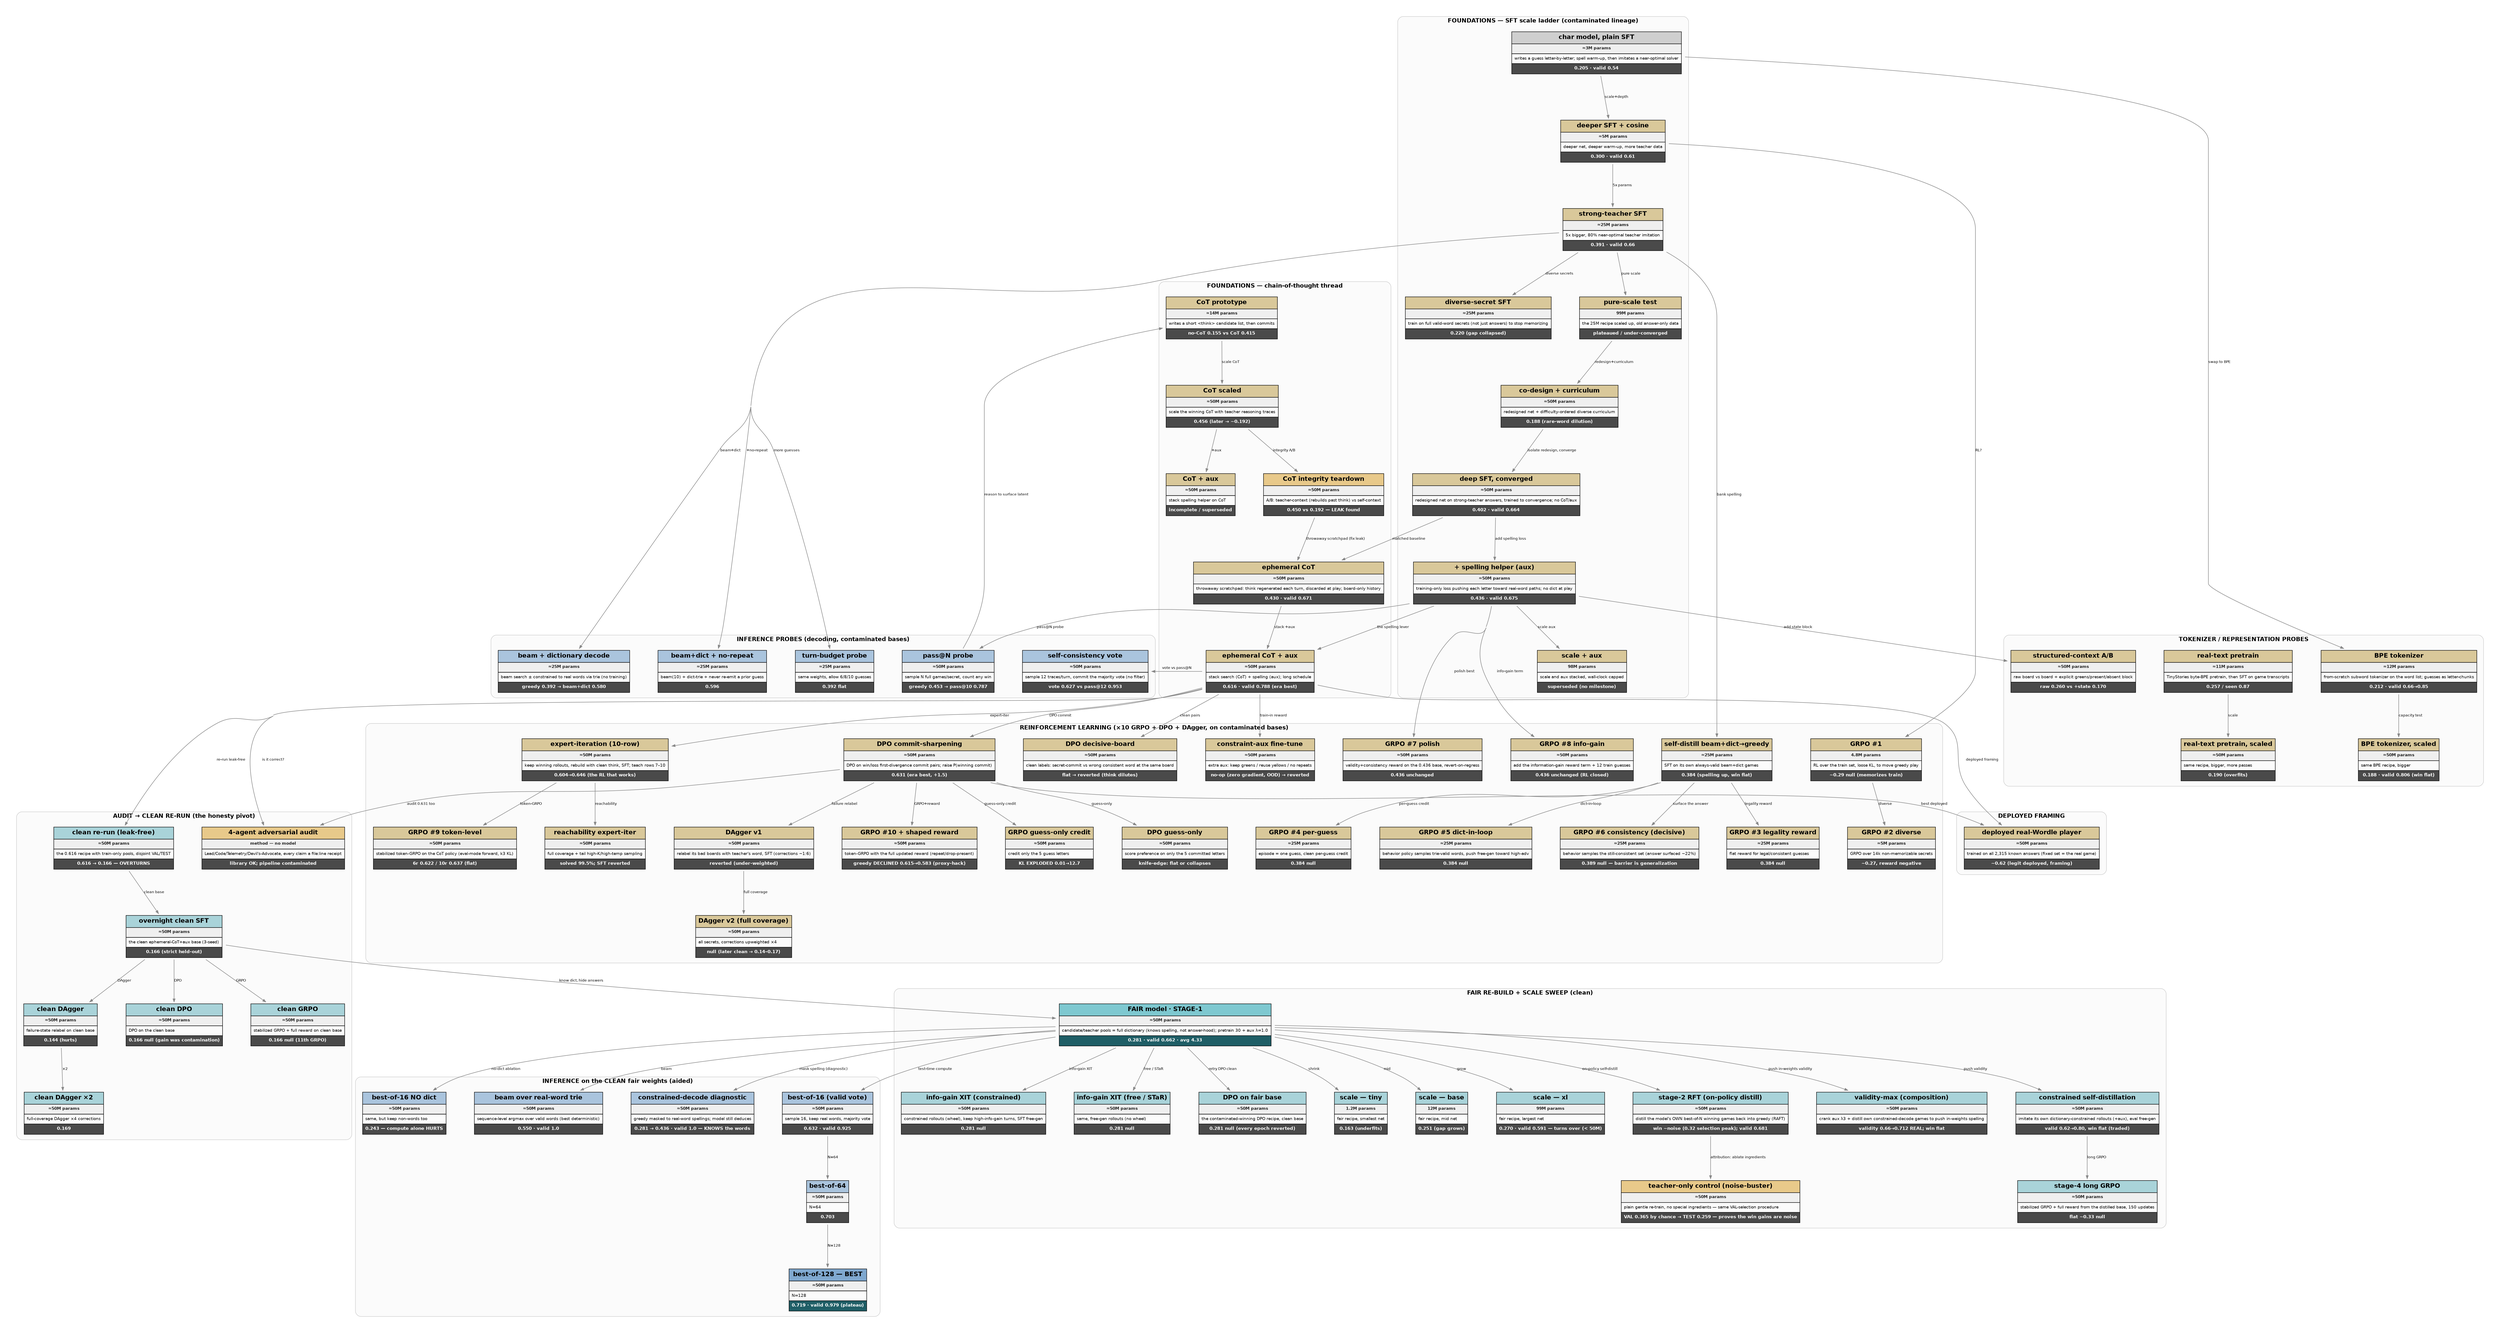
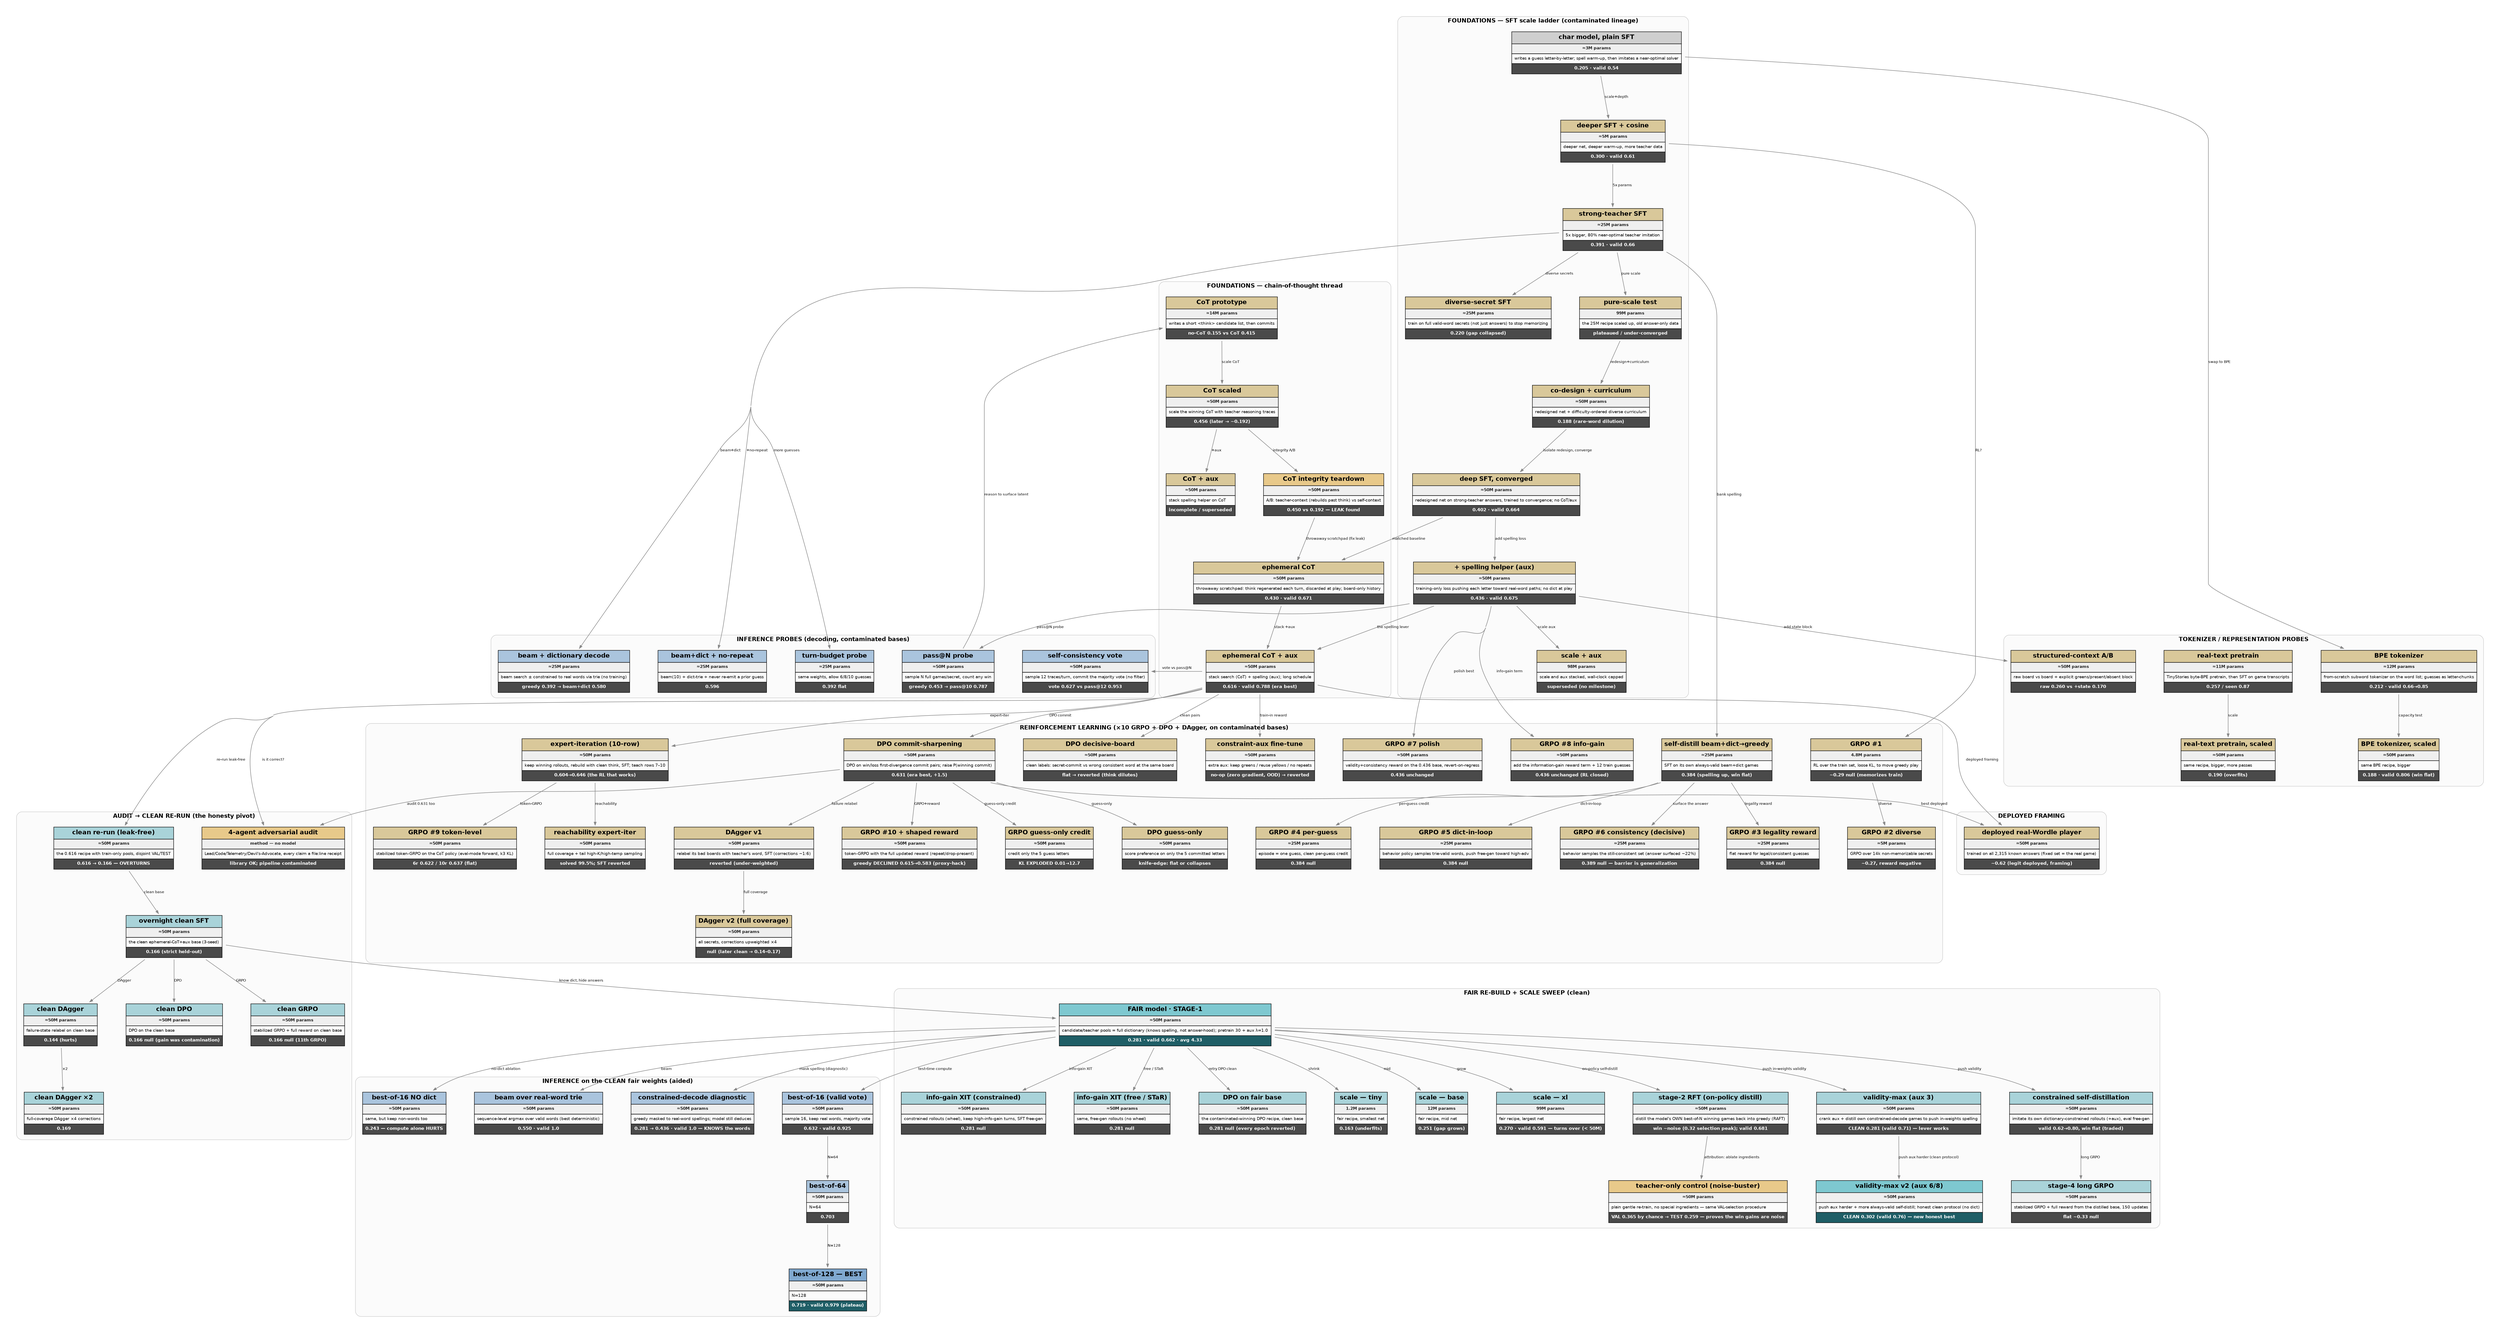
digraph experiments {
  rankdir=TB; bgcolor="white";
  graph [fontname="Helvetica", ranksep=1.2, nodesep=0.65, fontsize=13, concentrate=true, splines=spline, pad=0.4];
  node [shape=plaintext, fontname="Helvetica"];
  edge [fontname="Helvetica", fontsize=8, color="#888888", penwidth=1.1, arrowsize=0.7];
  subgraph cluster_found { label=<<B>FOUNDATIONS — SFT scale ladder (contaminated lineage)</B>>; fontsize=13; color="#cccccc"; style="rounded"; bgcolor="#fbfbfb";
    sft_3m [label=<<TABLE BORDER="0" CELLBORDER="1" CELLSPACING="0" CELLPADDING="5"><TR><TD BGCOLOR="#cfcfcf"><B>char model, plain SFT</B></TD></TR><TR><TD BGCOLOR="#efefef"><FONT POINT-SIZE="9" COLOR="#222222"><B>≈3M params</B></FONT></TD></TR><TR><TD ALIGN="LEFT"><FONT POINT-SIZE="9">writes a guess letter-by-letter; spell warm-up, then imitates a near-optimal solver</FONT></TD></TR><TR><TD BGCOLOR="#4a4a4a"><FONT COLOR="white" POINT-SIZE="10"><B>0.205 · valid 0.54</B></FONT></TD></TR></TABLE>>];
    sft_5m [label=<<TABLE BORDER="0" CELLBORDER="1" CELLSPACING="0" CELLPADDING="5"><TR><TD BGCOLOR="#d9c89a"><B>deeper SFT + cosine</B></TD></TR><TR><TD BGCOLOR="#efefef"><FONT POINT-SIZE="9" COLOR="#222222"><B>≈5M params</B></FONT></TD></TR><TR><TD ALIGN="LEFT"><FONT POINT-SIZE="9">deeper net, deeper warm-up, more teacher data</FONT></TD></TR><TR><TD BGCOLOR="#4a4a4a"><FONT COLOR="white" POINT-SIZE="10"><B>0.300 · valid 0.61</B></FONT></TD></TR></TABLE>>];
    sft_25m [label=<<TABLE BORDER="0" CELLBORDER="1" CELLSPACING="0" CELLPADDING="5"><TR><TD BGCOLOR="#d9c89a"><B>strong-teacher SFT</B></TD></TR><TR><TD BGCOLOR="#efefef"><FONT POINT-SIZE="9" COLOR="#222222"><B>≈25M params</B></FONT></TD></TR><TR><TD ALIGN="LEFT"><FONT POINT-SIZE="9">5x bigger, 80% near-optimal teacher imitation</FONT></TD></TR><TR><TD BGCOLOR="#4a4a4a"><FONT COLOR="white" POINT-SIZE="10"><B>0.391 · valid 0.66</B></FONT></TD></TR></TABLE>>];
    sft_25m_div [label=<<TABLE BORDER="0" CELLBORDER="1" CELLSPACING="0" CELLPADDING="5"><TR><TD BGCOLOR="#d9c89a"><B>diverse-secret SFT</B></TD></TR><TR><TD BGCOLOR="#efefef"><FONT POINT-SIZE="9" COLOR="#222222"><B>≈25M params</B></FONT></TD></TR><TR><TD ALIGN="LEFT"><FONT POINT-SIZE="9">train on full valid-word secrets (not just answers) to stop memorizing</FONT></TD></TR><TR><TD BGCOLOR="#4a4a4a"><FONT COLOR="white" POINT-SIZE="10"><B>0.220 (gap collapsed)</B></FONT></TD></TR></TABLE>>];
    scale_99m [label=<<TABLE BORDER="0" CELLBORDER="1" CELLSPACING="0" CELLPADDING="5"><TR><TD BGCOLOR="#d9c89a"><B>pure-scale test</B></TD></TR><TR><TD BGCOLOR="#efefef"><FONT POINT-SIZE="9" COLOR="#222222"><B>99M params</B></FONT></TD></TR><TR><TD ALIGN="LEFT"><FONT POINT-SIZE="9">the 25M recipe scaled up, old answer-only data</FONT></TD></TR><TR><TD BGCOLOR="#4a4a4a"><FONT COLOR="white" POINT-SIZE="10"><B>plateaued / under-converged</B></FONT></TD></TR></TABLE>>];
    codesign_50m [label=<<TABLE BORDER="0" CELLBORDER="1" CELLSPACING="0" CELLPADDING="5"><TR><TD BGCOLOR="#d9c89a"><B>co-design + curriculum</B></TD></TR><TR><TD BGCOLOR="#efefef"><FONT POINT-SIZE="9" COLOR="#222222"><B>≈50M params</B></FONT></TD></TR><TR><TD ALIGN="LEFT"><FONT POINT-SIZE="9">redesigned net + difficulty-ordered diverse curriculum</FONT></TD></TR><TR><TD BGCOLOR="#4a4a4a"><FONT COLOR="white" POINT-SIZE="10"><B>0.188 (rare-word dilution)</B></FONT></TD></TR></TABLE>>];
    sft_deep [label=<<TABLE BORDER="0" CELLBORDER="1" CELLSPACING="0" CELLPADDING="5"><TR><TD BGCOLOR="#d9c89a"><B>deep SFT, converged</B></TD></TR><TR><TD BGCOLOR="#efefef"><FONT POINT-SIZE="9" COLOR="#222222"><B>≈50M params</B></FONT></TD></TR><TR><TD ALIGN="LEFT"><FONT POINT-SIZE="9">redesigned net on strong-teacher answers, trained to convergence; no CoT/aux</FONT></TD></TR><TR><TD BGCOLOR="#4a4a4a"><FONT COLOR="white" POINT-SIZE="10"><B>0.402 · valid 0.664</B></FONT></TD></TR></TABLE>>];
    sft_aux [label=<<TABLE BORDER="0" CELLBORDER="1" CELLSPACING="0" CELLPADDING="5"><TR><TD BGCOLOR="#d9c89a"><B>+ spelling helper (aux)</B></TD></TR><TR><TD BGCOLOR="#efefef"><FONT POINT-SIZE="9" COLOR="#222222"><B>≈50M params</B></FONT></TD></TR><TR><TD ALIGN="LEFT"><FONT POINT-SIZE="9">training-only loss pushing each letter toward real-word paths; no dict at play</FONT></TD></TR><TR><TD BGCOLOR="#4a4a4a"><FONT COLOR="white" POINT-SIZE="10"><B>0.436 · valid 0.675</B></FONT></TD></TR></TABLE>>];
    sft_aux_xl [label=<<TABLE BORDER="0" CELLBORDER="1" CELLSPACING="0" CELLPADDING="5"><TR><TD BGCOLOR="#d9c89a"><B>scale + aux</B></TD></TR><TR><TD BGCOLOR="#efefef"><FONT POINT-SIZE="9" COLOR="#222222"><B>98M params</B></FONT></TD></TR><TR><TD ALIGN="LEFT"><FONT POINT-SIZE="9">scale and aux stacked, wall-clock capped</FONT></TD></TR><TR><TD BGCOLOR="#4a4a4a"><FONT COLOR="white" POINT-SIZE="10"><B>superseded (no milestone)</B></FONT></TD></TR></TABLE>>];
  }
  subgraph cluster_cot { label=<<B>FOUNDATIONS — chain-of-thought thread</B>>; fontsize=13; color="#cccccc"; style="rounded"; bgcolor="#fbfbfb";
    cot_14m [label=<<TABLE BORDER="0" CELLBORDER="1" CELLSPACING="0" CELLPADDING="5"><TR><TD BGCOLOR="#d9c89a"><B>CoT prototype</B></TD></TR><TR><TD BGCOLOR="#efefef"><FONT POINT-SIZE="9" COLOR="#222222"><B>≈14M params</B></FONT></TD></TR><TR><TD ALIGN="LEFT"><FONT POINT-SIZE="9">writes a short &lt;think&gt; candidate list, then commits</FONT></TD></TR><TR><TD BGCOLOR="#4a4a4a"><FONT COLOR="white" POINT-SIZE="10"><B>no-CoT 0.155 vs CoT 0.415</B></FONT></TD></TR></TABLE>>];
    cot_50m [label=<<TABLE BORDER="0" CELLBORDER="1" CELLSPACING="0" CELLPADDING="5"><TR><TD BGCOLOR="#d9c89a"><B>CoT scaled</B></TD></TR><TR><TD BGCOLOR="#efefef"><FONT POINT-SIZE="9" COLOR="#222222"><B>≈50M params</B></FONT></TD></TR><TR><TD ALIGN="LEFT"><FONT POINT-SIZE="9">scale the winning CoT with teacher reasoning traces</FONT></TD></TR><TR><TD BGCOLOR="#4a4a4a"><FONT COLOR="white" POINT-SIZE="10"><B>0.456 (later → ~0.192)</B></FONT></TD></TR></TABLE>>];
    cot_50m_aux [label=<<TABLE BORDER="0" CELLBORDER="1" CELLSPACING="0" CELLPADDING="5"><TR><TD BGCOLOR="#d9c89a"><B>CoT + aux</B></TD></TR><TR><TD BGCOLOR="#efefef"><FONT POINT-SIZE="9" COLOR="#222222"><B>≈50M params</B></FONT></TD></TR><TR><TD ALIGN="LEFT"><FONT POINT-SIZE="9">stack spelling helper on CoT</FONT></TD></TR><TR><TD BGCOLOR="#4a4a4a"><FONT COLOR="white" POINT-SIZE="10"><B>incomplete / superseded</B></FONT></TD></TR></TABLE>>];
    cot_show [label=<<TABLE BORDER="0" CELLBORDER="1" CELLSPACING="0" CELLPADDING="5"><TR><TD BGCOLOR="#e8c98a"><B>CoT integrity teardown</B></TD></TR><TR><TD BGCOLOR="#efefef"><FONT POINT-SIZE="9" COLOR="#222222"><B>≈50M params</B></FONT></TD></TR><TR><TD ALIGN="LEFT"><FONT POINT-SIZE="9">A/B: teacher-context (rebuilds past think) vs self-context</FONT></TD></TR><TR><TD BGCOLOR="#4a4a4a"><FONT COLOR="white" POINT-SIZE="10"><B>0.450 vs 0.192 — LEAK found</B></FONT></TD></TR></TABLE>>];
    cot_eph [label=<<TABLE BORDER="0" CELLBORDER="1" CELLSPACING="0" CELLPADDING="5"><TR><TD BGCOLOR="#d9c89a"><B>ephemeral CoT</B></TD></TR><TR><TD BGCOLOR="#efefef"><FONT POINT-SIZE="9" COLOR="#222222"><B>≈50M params</B></FONT></TD></TR><TR><TD ALIGN="LEFT"><FONT POINT-SIZE="9">throwaway scratchpad: think regenerated each turn, discarded at play; board-only history</FONT></TD></TR><TR><TD BGCOLOR="#4a4a4a"><FONT COLOR="white" POINT-SIZE="10"><B>0.430 · valid 0.671</B></FONT></TD></TR></TABLE>>];
    cot_eph_aux [label=<<TABLE BORDER="0" CELLBORDER="1" CELLSPACING="0" CELLPADDING="5"><TR><TD BGCOLOR="#d9c89a"><B>ephemeral CoT + aux</B></TD></TR><TR><TD BGCOLOR="#efefef"><FONT POINT-SIZE="9" COLOR="#222222"><B>≈50M params</B></FONT></TD></TR><TR><TD ALIGN="LEFT"><FONT POINT-SIZE="9">stack search (CoT) + spelling (aux); long schedule</FONT></TD></TR><TR><TD BGCOLOR="#4a4a4a"><FONT COLOR="white" POINT-SIZE="10"><B>0.616 · valid 0.788 (era best)</B></FONT></TD></TR></TABLE>>];
  }
  subgraph cluster_val { label=<<B>TOKENIZER / REPRESENTATION PROBES</B>>; fontsize=13; color="#cccccc"; style="rounded"; bgcolor="#fbfbfb";
    bpe_12m [label=<<TABLE BORDER="0" CELLBORDER="1" CELLSPACING="0" CELLPADDING="5"><TR><TD BGCOLOR="#d9c89a"><B>BPE tokenizer</B></TD></TR><TR><TD BGCOLOR="#efefef"><FONT POINT-SIZE="9" COLOR="#222222"><B>≈12M params</B></FONT></TD></TR><TR><TD ALIGN="LEFT"><FONT POINT-SIZE="9">from-scratch subword tokenizer on the word list; guesses as letter-chunks</FONT></TD></TR><TR><TD BGCOLOR="#4a4a4a"><FONT COLOR="white" POINT-SIZE="10"><B>0.212 · valid 0.66→0.85</B></FONT></TD></TR></TABLE>>];
    bpe_50m [label=<<TABLE BORDER="0" CELLBORDER="1" CELLSPACING="0" CELLPADDING="5"><TR><TD BGCOLOR="#d9c89a"><B>BPE tokenizer, scaled</B></TD></TR><TR><TD BGCOLOR="#efefef"><FONT POINT-SIZE="9" COLOR="#222222"><B>≈50M params</B></FONT></TD></TR><TR><TD ALIGN="LEFT"><FONT POINT-SIZE="9">same BPE recipe, bigger</FONT></TD></TR><TR><TD BGCOLOR="#4a4a4a"><FONT COLOR="white" POINT-SIZE="10"><B>0.188 · valid 0.806 (win flat)</B></FONT></TD></TR></TABLE>>];
    oreo_11m [label=<<TABLE BORDER="0" CELLBORDER="1" CELLSPACING="0" CELLPADDING="5"><TR><TD BGCOLOR="#d9c89a"><B>real-text pretrain</B></TD></TR><TR><TD BGCOLOR="#efefef"><FONT POINT-SIZE="9" COLOR="#222222"><B>≈11M params</B></FONT></TD></TR><TR><TD ALIGN="LEFT"><FONT POINT-SIZE="9">TinyStories byte-BPE pretrain, then SFT on game transcripts</FONT></TD></TR><TR><TD BGCOLOR="#4a4a4a"><FONT COLOR="white" POINT-SIZE="10"><B>0.257 / seen 0.87</B></FONT></TD></TR></TABLE>>];
    oreo_50m [label=<<TABLE BORDER="0" CELLBORDER="1" CELLSPACING="0" CELLPADDING="5"><TR><TD BGCOLOR="#d9c89a"><B>real-text pretrain, scaled</B></TD></TR><TR><TD BGCOLOR="#efefef"><FONT POINT-SIZE="9" COLOR="#222222"><B>≈50M params</B></FONT></TD></TR><TR><TD ALIGN="LEFT"><FONT POINT-SIZE="9">same recipe, bigger, more passes</FONT></TD></TR><TR><TD BGCOLOR="#4a4a4a"><FONT COLOR="white" POINT-SIZE="10"><B>0.190 (overfits)</B></FONT></TD></TR></TABLE>>];
    structured_ctx [label=<<TABLE BORDER="0" CELLBORDER="1" CELLSPACING="0" CELLPADDING="5"><TR><TD BGCOLOR="#d9c89a"><B>structured-context A/B</B></TD></TR><TR><TD BGCOLOR="#efefef"><FONT POINT-SIZE="9" COLOR="#222222"><B>≈50M params</B></FONT></TD></TR><TR><TD ALIGN="LEFT"><FONT POINT-SIZE="9">raw board vs board + explicit greens/present/absent block</FONT></TD></TR><TR><TD BGCOLOR="#4a4a4a"><FONT COLOR="white" POINT-SIZE="10"><B>raw 0.260 vs +state 0.170</B></FONT></TD></TR></TABLE>>];
  }
  subgraph cluster_rl { label=<<B>REINFORCEMENT LEARNING (×10 GRPO + DPO + DAgger, on contaminated bases)</B>>; fontsize=13; color="#cccccc"; style="rounded"; bgcolor="#fbfbfb";
    grpo_5m [label=<<TABLE BORDER="0" CELLBORDER="1" CELLSPACING="0" CELLPADDING="5"><TR><TD BGCOLOR="#d9c89a"><B>GRPO #1</B></TD></TR><TR><TD BGCOLOR="#efefef"><FONT POINT-SIZE="9" COLOR="#222222"><B>4.8M params</B></FONT></TD></TR><TR><TD ALIGN="LEFT"><FONT POINT-SIZE="9">RL over the train set, loose KL, to move greedy play</FONT></TD></TR><TR><TD BGCOLOR="#4a4a4a"><FONT COLOR="white" POINT-SIZE="10"><B>~0.29 null (memorizes train)</B></FONT></TD></TR></TABLE>>];
    grpo_5m_div [label=<<TABLE BORDER="0" CELLBORDER="1" CELLSPACING="0" CELLPADDING="5"><TR><TD BGCOLOR="#d9c89a"><B>GRPO #2 diverse</B></TD></TR><TR><TD BGCOLOR="#efefef"><FONT POINT-SIZE="9" COLOR="#222222"><B>≈5M params</B></FONT></TD></TR><TR><TD ALIGN="LEFT"><FONT POINT-SIZE="9">GRPO over 14k non-memorizable secrets</FONT></TD></TR><TR><TD BGCOLOR="#4a4a4a"><FONT COLOR="white" POINT-SIZE="10"><B>~0.27, reward negative</B></FONT></TD></TR></TABLE>>];
    self_distill_25m [label=<<TABLE BORDER="0" CELLBORDER="1" CELLSPACING="0" CELLPADDING="5"><TR><TD BGCOLOR="#d9c89a"><B>self-distill beam+dict→greedy</B></TD></TR><TR><TD BGCOLOR="#efefef"><FONT POINT-SIZE="9" COLOR="#222222"><B>≈25M params</B></FONT></TD></TR><TR><TD ALIGN="LEFT"><FONT POINT-SIZE="9">SFT on its own always-valid beam+dict games</FONT></TD></TR><TR><TD BGCOLOR="#4a4a4a"><FONT COLOR="white" POINT-SIZE="10"><B>0.384 (spelling up, win flat)</B></FONT></TD></TR></TABLE>>];
    rl_consistency [label=<<TABLE BORDER="0" CELLBORDER="1" CELLSPACING="0" CELLPADDING="5"><TR><TD BGCOLOR="#d9c89a"><B>GRPO #3 legality reward</B></TD></TR><TR><TD BGCOLOR="#efefef"><FONT POINT-SIZE="9" COLOR="#222222"><B>≈25M params</B></FONT></TD></TR><TR><TD ALIGN="LEFT"><FONT POINT-SIZE="9">flat reward for legal/consistent guesses</FONT></TD></TR><TR><TD BGCOLOR="#4a4a4a"><FONT COLOR="white" POINT-SIZE="10"><B>0.384 null</B></FONT></TD></TR></TABLE>>];
    rl_perguess [label=<<TABLE BORDER="0" CELLBORDER="1" CELLSPACING="0" CELLPADDING="5"><TR><TD BGCOLOR="#d9c89a"><B>GRPO #4 per-guess</B></TD></TR><TR><TD BGCOLOR="#efefef"><FONT POINT-SIZE="9" COLOR="#222222"><B>≈25M params</B></FONT></TD></TR><TR><TD ALIGN="LEFT"><FONT POINT-SIZE="9">episode = one guess, clean per-guess credit</FONT></TD></TR><TR><TD BGCOLOR="#4a4a4a"><FONT COLOR="white" POINT-SIZE="10"><B>0.384 null</B></FONT></TD></TR></TABLE>>];
    rl_dict [label=<<TABLE BORDER="0" CELLBORDER="1" CELLSPACING="0" CELLPADDING="5"><TR><TD BGCOLOR="#d9c89a"><B>GRPO #5 dict-in-loop</B></TD></TR><TR><TD BGCOLOR="#efefef"><FONT POINT-SIZE="9" COLOR="#222222"><B>≈25M params</B></FONT></TD></TR><TR><TD ALIGN="LEFT"><FONT POINT-SIZE="9">behavior policy samples trie-valid words, push free-gen toward high-adv</FONT></TD></TR><TR><TD BGCOLOR="#4a4a4a"><FONT COLOR="white" POINT-SIZE="10"><B>0.384 null</B></FONT></TD></TR></TABLE>>];
    rl_constrained [label=<<TABLE BORDER="0" CELLBORDER="1" CELLSPACING="0" CELLPADDING="5"><TR><TD BGCOLOR="#d9c89a"><B>GRPO #6 consistency (decisive)</B></TD></TR><TR><TD BGCOLOR="#efefef"><FONT POINT-SIZE="9" COLOR="#222222"><B>≈25M params</B></FONT></TD></TR><TR><TD ALIGN="LEFT"><FONT POINT-SIZE="9">behavior samples the still-consistent set (answer surfaced ~22%)</FONT></TD></TR><TR><TD BGCOLOR="#4a4a4a"><FONT COLOR="white" POINT-SIZE="10"><B>0.389 null — barrier is generalization</B></FONT></TD></TR></TABLE>>];
    rl_polish [label=<<TABLE BORDER="0" CELLBORDER="1" CELLSPACING="0" CELLPADDING="5"><TR><TD BGCOLOR="#d9c89a"><B>GRPO #7 polish</B></TD></TR><TR><TD BGCOLOR="#efefef"><FONT POINT-SIZE="9" COLOR="#222222"><B>≈50M params</B></FONT></TD></TR><TR><TD ALIGN="LEFT"><FONT POINT-SIZE="9">validity+consistency reward on the 0.436 base, revert-on-regress</FONT></TD></TR><TR><TD BGCOLOR="#4a4a4a"><FONT COLOR="white" POINT-SIZE="10"><B>0.436 unchanged</B></FONT></TD></TR></TABLE>>];
    rl_infogain [label=<<TABLE BORDER="0" CELLBORDER="1" CELLSPACING="0" CELLPADDING="5"><TR><TD BGCOLOR="#d9c89a"><B>GRPO #8 info-gain</B></TD></TR><TR><TD BGCOLOR="#efefef"><FONT POINT-SIZE="9" COLOR="#222222"><B>≈50M params</B></FONT></TD></TR><TR><TD ALIGN="LEFT"><FONT POINT-SIZE="9">add the information-gain reward term + 12 train guesses</FONT></TD></TR><TR><TD BGCOLOR="#4a4a4a"><FONT COLOR="white" POINT-SIZE="10"><B>0.436 unchanged (RL closed)</B></FONT></TD></TR></TABLE>>];
    rl_expert_10row [label=<<TABLE BORDER="0" CELLBORDER="1" CELLSPACING="0" CELLPADDING="5"><TR><TD BGCOLOR="#d9c89a"><B>expert-iteration (10-row)</B></TD></TR><TR><TD BGCOLOR="#efefef"><FONT POINT-SIZE="9" COLOR="#222222"><B>≈50M params</B></FONT></TD></TR><TR><TD ALIGN="LEFT"><FONT POINT-SIZE="9">keep winning rollouts, rebuild with clean think, SFT; teach rows 7–10</FONT></TD></TR><TR><TD BGCOLOR="#4a4a4a"><FONT COLOR="white" POINT-SIZE="10"><B>0.604→0.646 (the RL that works)</B></FONT></TD></TR></TABLE>>];
    rl_expert_tail [label=<<TABLE BORDER="0" CELLBORDER="1" CELLSPACING="0" CELLPADDING="5"><TR><TD BGCOLOR="#d9c89a"><B>reachability expert-iter</B></TD></TR><TR><TD BGCOLOR="#efefef"><FONT POINT-SIZE="9" COLOR="#222222"><B>≈50M params</B></FONT></TD></TR><TR><TD ALIGN="LEFT"><FONT POINT-SIZE="9">full coverage + tail high-K/high-temp sampling</FONT></TD></TR><TR><TD BGCOLOR="#4a4a4a"><FONT COLOR="white" POINT-SIZE="10"><B>solved 99.5%; SFT reverted</B></FONT></TD></TR></TABLE>>];
    rl_grpo_polish [label=<<TABLE BORDER="0" CELLBORDER="1" CELLSPACING="0" CELLPADDING="5"><TR><TD BGCOLOR="#d9c89a"><B>GRPO #9 token-level</B></TD></TR><TR><TD BGCOLOR="#efefef"><FONT POINT-SIZE="9" COLOR="#222222"><B>≈50M params</B></FONT></TD></TR><TR><TD ALIGN="LEFT"><FONT POINT-SIZE="9">stabilized token-GRPO on the CoT policy (eval-mode forward, k3 KL)</FONT></TD></TR><TR><TD BGCOLOR="#4a4a4a"><FONT COLOR="white" POINT-SIZE="10"><B>6r 0.622 / 10r 0.637 (flat)</B></FONT></TD></TR></TABLE>>];
    dpo_commit [label=<<TABLE BORDER="0" CELLBORDER="1" CELLSPACING="0" CELLPADDING="5"><TR><TD BGCOLOR="#d9c89a"><B>DPO commit-sharpening</B></TD></TR><TR><TD BGCOLOR="#efefef"><FONT POINT-SIZE="9" COLOR="#222222"><B>≈50M params</B></FONT></TD></TR><TR><TD ALIGN="LEFT"><FONT POINT-SIZE="9">DPO on win/loss first-divergence commit pairs; raise P(winning commit)</FONT></TD></TR><TR><TD BGCOLOR="#4a4a4a"><FONT COLOR="white" POINT-SIZE="10"><B>0.631 (era best, +1.5)</B></FONT></TD></TR></TABLE>>];
    dpo_decisive [label=<<TABLE BORDER="0" CELLBORDER="1" CELLSPACING="0" CELLPADDING="5"><TR><TD BGCOLOR="#d9c89a"><B>DPO decisive-board</B></TD></TR><TR><TD BGCOLOR="#efefef"><FONT POINT-SIZE="9" COLOR="#222222"><B>≈50M params</B></FONT></TD></TR><TR><TD ALIGN="LEFT"><FONT POINT-SIZE="9">clean labels: secret-commit vs wrong consistent word at the same board</FONT></TD></TR><TR><TD BGCOLOR="#4a4a4a"><FONT COLOR="white" POINT-SIZE="10"><B>flat → reverted (think dilutes)</B></FONT></TD></TR></TABLE>>];
    dpo_guessonly [label=<<TABLE BORDER="0" CELLBORDER="1" CELLSPACING="0" CELLPADDING="5"><TR><TD BGCOLOR="#d9c89a"><B>DPO guess-only</B></TD></TR><TR><TD BGCOLOR="#efefef"><FONT POINT-SIZE="9" COLOR="#222222"><B>≈50M params</B></FONT></TD></TR><TR><TD ALIGN="LEFT"><FONT POINT-SIZE="9">score preference on only the 5 committed letters</FONT></TD></TR><TR><TD BGCOLOR="#4a4a4a"><FONT COLOR="white" POINT-SIZE="10"><B>knife-edge: flat or collapses</B></FONT></TD></TR></TABLE>>];
    constraint_aux [label=<<TABLE BORDER="0" CELLBORDER="1" CELLSPACING="0" CELLPADDING="5"><TR><TD BGCOLOR="#d9c89a"><B>constraint-aux fine-tune</B></TD></TR><TR><TD BGCOLOR="#efefef"><FONT POINT-SIZE="9" COLOR="#222222"><B>≈50M params</B></FONT></TD></TR><TR><TD ALIGN="LEFT"><FONT POINT-SIZE="9">extra aux: keep greens / reuse yellows / no repeats</FONT></TD></TR><TR><TD BGCOLOR="#4a4a4a"><FONT COLOR="white" POINT-SIZE="10"><B>no-op (zero gradient, OOD) → reverted</B></FONT></TD></TR></TABLE>>];
    dagger_v1 [label=<<TABLE BORDER="0" CELLBORDER="1" CELLSPACING="0" CELLPADDING="5"><TR><TD BGCOLOR="#d9c89a"><B>DAgger v1</B></TD></TR><TR><TD BGCOLOR="#efefef"><FONT POINT-SIZE="9" COLOR="#222222"><B>≈50M params</B></FONT></TD></TR><TR><TD ALIGN="LEFT"><FONT POINT-SIZE="9">relabel its bad boards with teacher's word, SFT (corrections ~1:6)</FONT></TD></TR><TR><TD BGCOLOR="#4a4a4a"><FONT COLOR="white" POINT-SIZE="10"><B>reverted (under-weighted)</B></FONT></TD></TR></TABLE>>];
    rl_grpo_reward [label=<<TABLE BORDER="0" CELLBORDER="1" CELLSPACING="0" CELLPADDING="5"><TR><TD BGCOLOR="#d9c89a"><B>GRPO #10 + shaped reward</B></TD></TR><TR><TD BGCOLOR="#efefef"><FONT POINT-SIZE="9" COLOR="#222222"><B>≈50M params</B></FONT></TD></TR><TR><TD ALIGN="LEFT"><FONT POINT-SIZE="9">token-GRPO with the full updated reward (repeat/drop-present)</FONT></TD></TR><TR><TD BGCOLOR="#4a4a4a"><FONT COLOR="white" POINT-SIZE="10"><B>greedy DECLINED 0.615→0.583 (proxy-hack)</B></FONT></TD></TR></TABLE>>];
    rl_grpo_guessonly [label=<<TABLE BORDER="0" CELLBORDER="1" CELLSPACING="0" CELLPADDING="5"><TR><TD BGCOLOR="#d9c89a"><B>GRPO guess-only credit</B></TD></TR><TR><TD BGCOLOR="#efefef"><FONT POINT-SIZE="9" COLOR="#222222"><B>≈50M params</B></FONT></TD></TR><TR><TD ALIGN="LEFT"><FONT POINT-SIZE="9">credit only the 5 guess letters</FONT></TD></TR><TR><TD BGCOLOR="#4a4a4a"><FONT COLOR="white" POINT-SIZE="10"><B>KL EXPLODED 0.01→12.7</B></FONT></TD></TR></TABLE>>];
    dagger_v2 [label=<<TABLE BORDER="0" CELLBORDER="1" CELLSPACING="0" CELLPADDING="5"><TR><TD BGCOLOR="#d9c89a"><B>DAgger v2 (full coverage)</B></TD></TR><TR><TD BGCOLOR="#efefef"><FONT POINT-SIZE="9" COLOR="#222222"><B>≈50M params</B></FONT></TD></TR><TR><TD ALIGN="LEFT"><FONT POINT-SIZE="9">all secrets, corrections upweighted ×4</FONT></TD></TR><TR><TD BGCOLOR="#4a4a4a"><FONT COLOR="white" POINT-SIZE="10"><B>null (later clean → 0.14–0.17)</B></FONT></TD></TR></TABLE>>];
  }
  subgraph cluster_audit { label=<<B>AUDIT → CLEAN RE-RUN (the honesty pivot)</B>>; fontsize=13; color="#cccccc"; style="rounded"; bgcolor="#fbfbfb";
    audit [label=<<TABLE BORDER="0" CELLBORDER="1" CELLSPACING="0" CELLPADDING="5"><TR><TD BGCOLOR="#e8c98a"><B>4-agent adversarial audit</B></TD></TR><TR><TD BGCOLOR="#efefef"><FONT POINT-SIZE="9" COLOR="#222222"><B>method — no model</B></FONT></TD></TR><TR><TD ALIGN="LEFT"><FONT POINT-SIZE="9">Lead/Code/Telemetry/Devil's-Advocate, every claim a file:line receipt</FONT></TD></TR><TR><TD BGCOLOR="#4a4a4a"><FONT COLOR="white" POINT-SIZE="10"><B>library OK; pipeline contaminated</B></FONT></TD></TR></TABLE>>];
    clean_rerun [label=<<TABLE BORDER="0" CELLBORDER="1" CELLSPACING="0" CELLPADDING="5"><TR><TD BGCOLOR="#a9d3d9"><B>clean re-run (leak-free)</B></TD></TR><TR><TD BGCOLOR="#efefef"><FONT POINT-SIZE="9" COLOR="#222222"><B>≈50M params</B></FONT></TD></TR><TR><TD ALIGN="LEFT"><FONT POINT-SIZE="9">the 0.616 recipe with train-only pools, disjoint VAL/TEST</FONT></TD></TR><TR><TD BGCOLOR="#4a4a4a"><FONT COLOR="white" POINT-SIZE="10"><B>0.616 → 0.166 — OVERTURNS</B></FONT></TD></TR></TABLE>>];
    overnight_clean_sft [label=<<TABLE BORDER="0" CELLBORDER="1" CELLSPACING="0" CELLPADDING="5"><TR><TD BGCOLOR="#a9d3d9"><B>overnight clean SFT</B></TD></TR><TR><TD BGCOLOR="#efefef"><FONT POINT-SIZE="9" COLOR="#222222"><B>≈50M params</B></FONT></TD></TR><TR><TD ALIGN="LEFT"><FONT POINT-SIZE="9">the clean ephemeral-CoT+aux base (3-seed)</FONT></TD></TR><TR><TD BGCOLOR="#4a4a4a"><FONT COLOR="white" POINT-SIZE="10"><B>0.166 (strict held-out)</B></FONT></TD></TR></TABLE>>];
    overnight_clean_dpo [label=<<TABLE BORDER="0" CELLBORDER="1" CELLSPACING="0" CELLPADDING="5"><TR><TD BGCOLOR="#a9d3d9"><B>clean DPO</B></TD></TR><TR><TD BGCOLOR="#efefef"><FONT POINT-SIZE="9" COLOR="#222222"><B>≈50M params</B></FONT></TD></TR><TR><TD ALIGN="LEFT"><FONT POINT-SIZE="9">DPO on the clean base</FONT></TD></TR><TR><TD BGCOLOR="#4a4a4a"><FONT COLOR="white" POINT-SIZE="10"><B>0.166 null (gain was contamination)</B></FONT></TD></TR></TABLE>>];
    overnight_clean_grpo [label=<<TABLE BORDER="0" CELLBORDER="1" CELLSPACING="0" CELLPADDING="5"><TR><TD BGCOLOR="#a9d3d9"><B>clean GRPO</B></TD></TR><TR><TD BGCOLOR="#efefef"><FONT POINT-SIZE="9" COLOR="#222222"><B>≈50M params</B></FONT></TD></TR><TR><TD ALIGN="LEFT"><FONT POINT-SIZE="9">stabilized GRPO + full reward on clean base</FONT></TD></TR><TR><TD BGCOLOR="#4a4a4a"><FONT COLOR="white" POINT-SIZE="10"><B>0.166 null (11th GRPO)</B></FONT></TD></TR></TABLE>>];
    overnight_clean_dagger [label=<<TABLE BORDER="0" CELLBORDER="1" CELLSPACING="0" CELLPADDING="5"><TR><TD BGCOLOR="#a9d3d9"><B>clean DAgger</B></TD></TR><TR><TD BGCOLOR="#efefef"><FONT POINT-SIZE="9" COLOR="#222222"><B>≈50M params</B></FONT></TD></TR><TR><TD ALIGN="LEFT"><FONT POINT-SIZE="9">failure-state relabel on clean base</FONT></TD></TR><TR><TD BGCOLOR="#4a4a4a"><FONT COLOR="white" POINT-SIZE="10"><B>0.144 (hurts)</B></FONT></TD></TR></TABLE>>];
    overnight_clean_dagger2 [label=<<TABLE BORDER="0" CELLBORDER="1" CELLSPACING="0" CELLPADDING="5"><TR><TD BGCOLOR="#a9d3d9"><B>clean DAgger ×2</B></TD></TR><TR><TD BGCOLOR="#efefef"><FONT POINT-SIZE="9" COLOR="#222222"><B>≈50M params</B></FONT></TD></TR><TR><TD ALIGN="LEFT"><FONT POINT-SIZE="9">full-coverage DAgger ×4 corrections</FONT></TD></TR><TR><TD BGCOLOR="#4a4a4a"><FONT COLOR="white" POINT-SIZE="10"><B>0.169</B></FONT></TD></TR></TABLE>>];
  }
  subgraph cluster_scale { label=<<B>FAIR RE-BUILD + SCALE SWEEP (clean)</B>>; fontsize=13; color="#cccccc"; style="rounded"; bgcolor="#fbfbfb";
    fair_stage1 [label=<<TABLE BORDER="0" CELLBORDER="1" CELLSPACING="0" CELLPADDING="5"><TR><TD BGCOLOR="#7ec8d0"><B>FAIR model · STAGE-1</B></TD></TR><TR><TD BGCOLOR="#efefef"><FONT POINT-SIZE="9" COLOR="#222222"><B>≈50M params</B></FONT></TD></TR><TR><TD ALIGN="LEFT"><FONT POINT-SIZE="9">candidate/teacher pools = full dictionary (knows spelling, not answer-hood); pretrain 30 + aux λ=1.0</FONT></TD></TR><TR><TD BGCOLOR="#1f5e66"><FONT COLOR="white" POINT-SIZE="10"><B>0.281 · valid 0.662 · avg 4.33</B></FONT></TD></TR></TABLE>>];
    distill_constrained [label=<<TABLE BORDER="0" CELLBORDER="1" CELLSPACING="0" CELLPADDING="5"><TR><TD BGCOLOR="#a9d3d9"><B>constrained self-distillation</B></TD></TR><TR><TD BGCOLOR="#efefef"><FONT POINT-SIZE="9" COLOR="#222222"><B>≈50M params</B></FONT></TD></TR><TR><TD ALIGN="LEFT"><FONT POINT-SIZE="9">imitate its own dictionary-constrained rollouts (+aux), eval free-gen</FONT></TD></TR><TR><TD BGCOLOR="#4a4a4a"><FONT COLOR="white" POINT-SIZE="10"><B>valid 0.62→0.80, win flat (traded)</B></FONT></TD></TR></TABLE>>];
    infogain_xit_c [label=<<TABLE BORDER="0" CELLBORDER="1" CELLSPACING="0" CELLPADDING="5"><TR><TD BGCOLOR="#a9d3d9"><B>info-gain XIT (constrained)</B></TD></TR><TR><TD BGCOLOR="#efefef"><FONT POINT-SIZE="9" COLOR="#222222"><B>≈50M params</B></FONT></TD></TR><TR><TD ALIGN="LEFT"><FONT POINT-SIZE="9">constrained rollouts (wheel), keep high-info-gain turns, SFT free-gen</FONT></TD></TR><TR><TD BGCOLOR="#4a4a4a"><FONT COLOR="white" POINT-SIZE="10"><B>0.281 null</B></FONT></TD></TR></TABLE>>];
    infogain_xit_f [label=<<TABLE BORDER="0" CELLBORDER="1" CELLSPACING="0" CELLPADDING="5"><TR><TD BGCOLOR="#a9d3d9"><B>info-gain XIT (free / STaR)</B></TD></TR><TR><TD BGCOLOR="#efefef"><FONT POINT-SIZE="9" COLOR="#222222"><B>≈50M params</B></FONT></TD></TR><TR><TD ALIGN="LEFT"><FONT POINT-SIZE="9">same, free-gen rollouts (no wheel)</FONT></TD></TR><TR><TD BGCOLOR="#4a4a4a"><FONT COLOR="white" POINT-SIZE="10"><B>0.281 null</B></FONT></TD></TR></TABLE>>];
    dpo_fair [label=<<TABLE BORDER="0" CELLBORDER="1" CELLSPACING="0" CELLPADDING="5"><TR><TD BGCOLOR="#a9d3d9"><B>DPO on fair base</B></TD></TR><TR><TD BGCOLOR="#efefef"><FONT POINT-SIZE="9" COLOR="#222222"><B>≈50M params</B></FONT></TD></TR><TR><TD ALIGN="LEFT"><FONT POINT-SIZE="9">the contaminated-winning DPO recipe, clean base</FONT></TD></TR><TR><TD BGCOLOR="#4a4a4a"><FONT COLOR="white" POINT-SIZE="10"><B>0.281 null (every epoch reverted)</B></FONT></TD></TR></TABLE>>];
    grpo_full_fair [label=<<TABLE BORDER="0" CELLBORDER="1" CELLSPACING="0" CELLPADDING="5"><TR><TD BGCOLOR="#a9d3d9"><B>stage-4 long GRPO</B></TD></TR><TR><TD BGCOLOR="#efefef"><FONT POINT-SIZE="9" COLOR="#222222"><B>≈50M params</B></FONT></TD></TR><TR><TD ALIGN="LEFT"><FONT POINT-SIZE="9">stabilized GRPO + full reward from the distilled base, 150 updates</FONT></TD></TR><TR><TD BGCOLOR="#4a4a4a"><FONT COLOR="white" POINT-SIZE="10"><B>flat ~0.33 null</B></FONT></TD></TR></TABLE>>];
    scale_tiny [label=<<TABLE BORDER="0" CELLBORDER="1" CELLSPACING="0" CELLPADDING="5"><TR><TD BGCOLOR="#a9d3d9"><B>scale — tiny</B></TD></TR><TR><TD BGCOLOR="#efefef"><FONT POINT-SIZE="9" COLOR="#222222"><B>1.2M params</B></FONT></TD></TR><TR><TD ALIGN="LEFT"><FONT POINT-SIZE="9">fair recipe, smallest net</FONT></TD></TR><TR><TD BGCOLOR="#4a4a4a"><FONT COLOR="white" POINT-SIZE="10"><B>0.163 (underfits)</B></FONT></TD></TR></TABLE>>];
    scale_base [label=<<TABLE BORDER="0" CELLBORDER="1" CELLSPACING="0" CELLPADDING="5"><TR><TD BGCOLOR="#a9d3d9"><B>scale — base</B></TD></TR><TR><TD BGCOLOR="#efefef"><FONT POINT-SIZE="9" COLOR="#222222"><B>12M params</B></FONT></TD></TR><TR><TD ALIGN="LEFT"><FONT POINT-SIZE="9">fair recipe, mid net</FONT></TD></TR><TR><TD BGCOLOR="#4a4a4a"><FONT COLOR="white" POINT-SIZE="10"><B>0.251 (gap grows)</B></FONT></TD></TR></TABLE>>];
    scale_xl [label=<<TABLE BORDER="0" CELLBORDER="1" CELLSPACING="0" CELLPADDING="5"><TR><TD BGCOLOR="#a9d3d9"><B>scale — xl</B></TD></TR><TR><TD BGCOLOR="#efefef"><FONT POINT-SIZE="9" COLOR="#222222"><B>99M params</B></FONT></TD></TR><TR><TD ALIGN="LEFT"><FONT POINT-SIZE="9">fair recipe, largest net</FONT></TD></TR><TR><TD BGCOLOR="#4a4a4a"><FONT COLOR="white" POINT-SIZE="10"><B>0.270 · valid 0.591 — turns over (&lt; 50M)</B></FONT></TD></TR></TABLE>>];
    rft_stage2 [label=<<TABLE BORDER="0" CELLBORDER="1" CELLSPACING="0" CELLPADDING="5"><TR><TD BGCOLOR="#a9d3d9"><B>stage-2 RFT (on-policy distill)</B></TD></TR><TR><TD BGCOLOR="#efefef"><FONT POINT-SIZE="9" COLOR="#222222"><B>≈50M params</B></FONT></TD></TR><TR><TD ALIGN="LEFT"><FONT POINT-SIZE="9">distill the model's OWN best-of-N winning games back into greedy (RAFT)</FONT></TD></TR><TR><TD BGCOLOR="#4a4a4a"><FONT COLOR="white" POINT-SIZE="10"><B>win ~noise (0.32 selection peak); valid 0.681</B></FONT></TD></TR></TABLE>>];
-     validity_max [label=<<TABLE BORDER="0" CELLBORDER="1" CELLSPACING="0" CELLPADDING="5"><TR><TD BGCOLOR="#a9d3d9"><B>validity-max (composition)</B></TD></TR><TR><TD BGCOLOR="#efefef"><FONT POINT-SIZE="9" COLOR="#222222"><B>≈50M params</B></FONT></TD></TR><TR><TD ALIGN="LEFT"><FONT POINT-SIZE="9">crank aux λ3 + distill own constrained-decode games to push in-weights spelling</FONT></TD></TR><TR><TD BGCOLOR="#4a4a4a"><FONT COLOR="white" POINT-SIZE="10"><B>validity 0.66→0.712 REAL; win flat</B></FONT></TD></TR></TABLE>>];
+     validity_max [label=<<TABLE BORDER="0" CELLBORDER="1" CELLSPACING="0" CELLPADDING="5"><TR><TD BGCOLOR="#a9d3d9"><B>validity-max (aux 3)</B></TD></TR><TR><TD BGCOLOR="#efefef"><FONT POINT-SIZE="9" COLOR="#222222"><B>≈50M params</B></FONT></TD></TR><TR><TD ALIGN="LEFT"><FONT POINT-SIZE="9">crank aux + distill own constrained-decode games to push in-weights spelling</FONT></TD></TR><TR><TD BGCOLOR="#4a4a4a"><FONT COLOR="white" POINT-SIZE="10"><B>CLEAN 0.281 (valid 0.71) — lever works</B></FONT></TD></TR></TABLE>>];
+     validity_max_v2 [label=<<TABLE BORDER="0" CELLBORDER="1" CELLSPACING="0" CELLPADDING="5"><TR><TD BGCOLOR="#7ec8d0"><B>validity-max v2 (aux 6/8)</B></TD></TR><TR><TD BGCOLOR="#efefef"><FONT POINT-SIZE="9" COLOR="#222222"><B>≈50M params</B></FONT></TD></TR><TR><TD ALIGN="LEFT"><FONT POINT-SIZE="9">push aux harder + more always-valid self-distill; honest clean protocol (no dict)</FONT></TD></TR><TR><TD BGCOLOR="#1f5e66"><FONT COLOR="white" POINT-SIZE="10"><B>CLEAN 0.302 (valid 0.76) — new honest best</B></FONT></TD></TR></TABLE>>];
    control_teacher [label=<<TABLE BORDER="0" CELLBORDER="1" CELLSPACING="0" CELLPADDING="5"><TR><TD BGCOLOR="#e8c98a"><B>teacher-only control (noise-buster)</B></TD></TR><TR><TD BGCOLOR="#efefef"><FONT POINT-SIZE="9" COLOR="#222222"><B>≈50M params</B></FONT></TD></TR><TR><TD ALIGN="LEFT"><FONT POINT-SIZE="9">plain gentle re-train, no special ingredients — same VAL-selection procedure</FONT></TD></TR><TR><TD BGCOLOR="#4a4a4a"><FONT COLOR="white" POINT-SIZE="10"><B>VAL 0.365 by chance → TEST 0.259 — proves the win gains are noise</B></FONT></TD></TR></TABLE>>];
  }
  subgraph cluster_inf { label=<<B>INFERENCE PROBES (decoding, contaminated bases)</B>>; fontsize=13; color="#cccccc"; style="rounded"; bgcolor="#fbfbfb";
    beam_dict [label=<<TABLE BORDER="0" CELLBORDER="1" CELLSPACING="0" CELLPADDING="5"><TR><TD BGCOLOR="#aac4dd"><B>beam + dictionary decode</B></TD></TR><TR><TD BGCOLOR="#efefef"><FONT POINT-SIZE="9" COLOR="#222222"><B>≈25M params</B></FONT></TD></TR><TR><TD ALIGN="LEFT"><FONT POINT-SIZE="9">beam search ± constrained to real words via trie (no training)</FONT></TD></TR><TR><TD BGCOLOR="#4a4a4a"><FONT COLOR="white" POINT-SIZE="10"><B>greedy 0.392 → beam+dict 0.580</B></FONT></TD></TR></TABLE>>];
    norepeat_decode [label=<<TABLE BORDER="0" CELLBORDER="1" CELLSPACING="0" CELLPADDING="5"><TR><TD BGCOLOR="#aac4dd"><B>beam+dict + no-repeat</B></TD></TR><TR><TD BGCOLOR="#efefef"><FONT POINT-SIZE="9" COLOR="#222222"><B>≈25M params</B></FONT></TD></TR><TR><TD ALIGN="LEFT"><FONT POINT-SIZE="9">beam(10) + dict-trie + never re-emit a prior guess</FONT></TD></TR><TR><TD BGCOLOR="#4a4a4a"><FONT COLOR="white" POINT-SIZE="10"><B>0.596</B></FONT></TD></TR></TABLE>>];
    turn_budget [label=<<TABLE BORDER="0" CELLBORDER="1" CELLSPACING="0" CELLPADDING="5"><TR><TD BGCOLOR="#aac4dd"><B>turn-budget probe</B></TD></TR><TR><TD BGCOLOR="#efefef"><FONT POINT-SIZE="9" COLOR="#222222"><B>≈25M params</B></FONT></TD></TR><TR><TD ALIGN="LEFT"><FONT POINT-SIZE="9">same weights, allow 6/8/10 guesses</FONT></TD></TR><TR><TD BGCOLOR="#4a4a4a"><FONT COLOR="white" POINT-SIZE="10"><B>0.392 flat</B></FONT></TD></TR></TABLE>>];
    passk [label=<<TABLE BORDER="0" CELLBORDER="1" CELLSPACING="0" CELLPADDING="5"><TR><TD BGCOLOR="#aac4dd"><B>pass@N probe</B></TD></TR><TR><TD BGCOLOR="#efefef"><FONT POINT-SIZE="9" COLOR="#222222"><B>≈50M params</B></FONT></TD></TR><TR><TD ALIGN="LEFT"><FONT POINT-SIZE="9">sample N full games/secret, count any win</FONT></TD></TR><TR><TD BGCOLOR="#4a4a4a"><FONT COLOR="white" POINT-SIZE="10"><B>greedy 0.453 → pass@10 0.787</B></FONT></TD></TR></TABLE>>];
    self_consistency [label=<<TABLE BORDER="0" CELLBORDER="1" CELLSPACING="0" CELLPADDING="5"><TR><TD BGCOLOR="#aac4dd"><B>self-consistency vote</B></TD></TR><TR><TD BGCOLOR="#efefef"><FONT POINT-SIZE="9" COLOR="#222222"><B>≈50M params</B></FONT></TD></TR><TR><TD ALIGN="LEFT"><FONT POINT-SIZE="9">sample 12 traces/turn, commit the majority vote (no filter)</FONT></TD></TR><TR><TD BGCOLOR="#4a4a4a"><FONT COLOR="white" POINT-SIZE="10"><B>vote 0.627 vs pass@12 0.953</B></FONT></TD></TR></TABLE>>];
  }
  subgraph cluster_inf2 { label=<<B>INFERENCE on the CLEAN fair weights (aided)</B>>; fontsize=13; color="#cccccc"; style="rounded"; bgcolor="#fbfbfb";
    constrained_decode [label=<<TABLE BORDER="0" CELLBORDER="1" CELLSPACING="0" CELLPADDING="5"><TR><TD BGCOLOR="#aac4dd"><B>constrained-decode diagnostic</B></TD></TR><TR><TD BGCOLOR="#efefef"><FONT POINT-SIZE="9" COLOR="#222222"><B>≈50M params</B></FONT></TD></TR><TR><TD ALIGN="LEFT"><FONT POINT-SIZE="9">greedy masked to real-word spellings; model still deduces</FONT></TD></TR><TR><TD BGCOLOR="#4a4a4a"><FONT COLOR="white" POINT-SIZE="10"><B>0.281 → 0.436 · valid 1.0 — KNOWS the words</B></FONT></TD></TR></TABLE>>];
    bestof16 [label=<<TABLE BORDER="0" CELLBORDER="1" CELLSPACING="0" CELLPADDING="5"><TR><TD BGCOLOR="#aac4dd"><B>best-of-16 (valid vote)</B></TD></TR><TR><TD BGCOLOR="#efefef"><FONT POINT-SIZE="9" COLOR="#222222"><B>≈50M params</B></FONT></TD></TR><TR><TD ALIGN="LEFT"><FONT POINT-SIZE="9">sample 16, keep real words, majority vote</FONT></TD></TR><TR><TD BGCOLOR="#4a4a4a"><FONT COLOR="white" POINT-SIZE="10"><B>0.632 · valid 0.925</B></FONT></TD></TR></TABLE>>];
    bestof16_nodict [label=<<TABLE BORDER="0" CELLBORDER="1" CELLSPACING="0" CELLPADDING="5"><TR><TD BGCOLOR="#aac4dd"><B>best-of-16 NO dict</B></TD></TR><TR><TD BGCOLOR="#efefef"><FONT POINT-SIZE="9" COLOR="#222222"><B>≈50M params</B></FONT></TD></TR><TR><TD ALIGN="LEFT"><FONT POINT-SIZE="9">same, but keep non-words too</FONT></TD></TR><TR><TD BGCOLOR="#4a4a4a"><FONT COLOR="white" POINT-SIZE="10"><B>0.243 — compute alone HURTS</B></FONT></TD></TR></TABLE>>];
    bestof64 [label=<<TABLE BORDER="0" CELLBORDER="1" CELLSPACING="0" CELLPADDING="5"><TR><TD BGCOLOR="#aac4dd"><B>best-of-64</B></TD></TR><TR><TD BGCOLOR="#efefef"><FONT POINT-SIZE="9" COLOR="#222222"><B>≈50M params</B></FONT></TD></TR><TR><TD ALIGN="LEFT"><FONT POINT-SIZE="9">N=64</FONT></TD></TR><TR><TD BGCOLOR="#4a4a4a"><FONT COLOR="white" POINT-SIZE="10"><B>0.703</B></FONT></TD></TR></TABLE>>];
    bestof128 [label=<<TABLE BORDER="0" CELLBORDER="1" CELLSPACING="0" CELLPADDING="5"><TR><TD BGCOLOR="#7fa8cf"><B>best-of-128 — BEST</B></TD></TR><TR><TD BGCOLOR="#efefef"><FONT POINT-SIZE="9" COLOR="#222222"><B>≈50M params</B></FONT></TD></TR><TR><TD ALIGN="LEFT"><FONT POINT-SIZE="9">N=128</FONT></TD></TR><TR><TD BGCOLOR="#1f5e66"><FONT COLOR="white" POINT-SIZE="10"><B>0.719 · valid 0.979 (plateau)</B></FONT></TD></TR></TABLE>>];
    beam_trie [label=<<TABLE BORDER="0" CELLBORDER="1" CELLSPACING="0" CELLPADDING="5"><TR><TD BGCOLOR="#aac4dd"><B>beam over real-word trie</B></TD></TR><TR><TD BGCOLOR="#efefef"><FONT POINT-SIZE="9" COLOR="#222222"><B>≈50M params</B></FONT></TD></TR><TR><TD ALIGN="LEFT"><FONT POINT-SIZE="9">sequence-level argmax over valid words (best deterministic)</FONT></TD></TR><TR><TD BGCOLOR="#4a4a4a"><FONT COLOR="white" POINT-SIZE="10"><B>0.550 · valid 1.0</B></FONT></TD></TR></TABLE>>];
  }
  subgraph cluster_dep { label=<<B>DEPLOYED FRAMING</B>>; fontsize=13; color="#cccccc"; style="rounded"; bgcolor="#fbfbfb";
    deployed [label=<<TABLE BORDER="0" CELLBORDER="1" CELLSPACING="0" CELLPADDING="5"><TR><TD BGCOLOR="#d9c89a"><B>deployed real-Wordle player</B></TD></TR><TR><TD BGCOLOR="#efefef"><FONT POINT-SIZE="9" COLOR="#222222"><B>≈50M params</B></FONT></TD></TR><TR><TD ALIGN="LEFT"><FONT POINT-SIZE="9">trained on all 2,315 known answers (fixed set = the real game)</FONT></TD></TR><TR><TD BGCOLOR="#4a4a4a"><FONT COLOR="white" POINT-SIZE="10"><B>~0.62 (legit deployed, framing)</B></FONT></TD></TR></TABLE>>];
  }
  sft_3m -> sft_5m [label="scale+depth"];
  sft_5m -> sft_25m [label="5x params"];
  sft_25m -> sft_25m_div [label="diverse secrets"];
  sft_25m -> scale_99m [label="pure scale"];
  scale_99m -> codesign_50m [label="redesign+curriculum"];
  codesign_50m -> sft_deep [label="isolate redesign, converge"];
  sft_deep -> sft_aux [label="add spelling loss"];
  sft_aux -> sft_aux_xl [label="scale aux"];
  sft_3m -> bpe_12m [label="swap to BPE"];
  bpe_12m -> bpe_50m [label="capacity test"];
  oreo_11m -> oreo_50m [label="scale"];
  sft_aux -> structured_ctx [label="add state block"];
  sft_aux -> passk [label="pass@N probe"];
  sft_25m -> beam_dict [label="beam+dict"];
  sft_25m -> norepeat_decode [label="+no-repeat"];
  sft_25m -> turn_budget [label="more guesses"];
  passk -> cot_14m [label="reason to surface latent"];
  cot_14m -> cot_50m [label="scale CoT"];
  cot_50m -> cot_50m_aux [label="+aux"];
  cot_50m -> cot_show [label="integrity A/B"];
  cot_show -> cot_eph [label="throwaway scratchpad (fix leak)"];
  sft_deep -> cot_eph [label="matched baseline"];
  cot_eph -> cot_eph_aux [label="stack +aux"];
  sft_aux -> cot_eph_aux [label="the spelling lever"];
  sft_5m -> grpo_5m [label="RL?"];
  grpo_5m -> grpo_5m_div [label="diverse"];
  sft_25m -> self_distill_25m [label="bank spelling"];
  self_distill_25m -> rl_consistency [label="legality reward"];
  self_distill_25m -> rl_perguess [label="per-guess credit"];
  self_distill_25m -> rl_dict [label="dict-in-loop"];
  self_distill_25m -> rl_constrained [label="surface the answer"];
  sft_aux -> rl_polish [label="polish best"];
  sft_aux -> rl_infogain [label="info-gain term"];
  cot_eph_aux -> rl_expert_10row [label="expert-iter"];
  rl_expert_10row -> rl_expert_tail [label="reachability"];
  rl_expert_10row -> rl_grpo_polish [label="token-GRPO"];
  cot_eph_aux -> self_consistency [label="vote vs pass@N"];
  cot_eph_aux -> dpo_commit [label="DPO commit"];
  cot_eph_aux -> dpo_decisive [label="clean pairs"];
  dpo_commit -> dpo_guessonly [label="guess-only"];
  cot_eph_aux -> constraint_aux [label="train-in reward"];
  dpo_commit -> dagger_v1 [label="failure relabel"];
  dpo_commit -> rl_grpo_reward [label="GRPO+reward"];
  dpo_commit -> rl_grpo_guessonly [label="guess-only credit"];
  dagger_v1 -> dagger_v2 [label="full coverage"];
  cot_eph_aux -> audit [label="is it correct?"];
  dpo_commit -> audit [label="audit 0.631 too"];
  cot_eph_aux -> clean_rerun [label="re-run leak-free"];
  clean_rerun -> overnight_clean_sft [label="clean base"];
  overnight_clean_sft -> overnight_clean_dpo [label="DPO"];
  overnight_clean_sft -> overnight_clean_grpo [label="GRPO"];
  overnight_clean_sft -> overnight_clean_dagger [label="DAgger"];
  overnight_clean_dagger -> overnight_clean_dagger2 [label="×2"];
  overnight_clean_sft -> fair_stage1 [label="know dict, hide answers"];
  fair_stage1 -> distill_constrained [label="push validity"];
  fair_stage1 -> infogain_xit_c [label="info-gain XIT"];
  fair_stage1 -> infogain_xit_f [label="free / STaR"];
  fair_stage1 -> dpo_fair [label="retry DPO clean"];
  distill_constrained -> grpo_full_fair [label="long GRPO"];
  fair_stage1 -> scale_tiny [label="shrink"];
  fair_stage1 -> scale_base [label="mid"];
  fair_stage1 -> scale_xl [label="grow"];
  fair_stage1 -> rft_stage2 [label="on-policy self-distill"];
  fair_stage1 -> validity_max [label="push in-weights validity"];
  rft_stage2 -> control_teacher [label="attribution: ablate ingredients"];
+   validity_max -> validity_max_v2 [label="push aux harder (clean protocol)"];
  fair_stage1 -> constrained_decode [label="mask spelling (diagnostic)"];
  fair_stage1 -> bestof16 [label="test-time compute"];
  fair_stage1 -> bestof16_nodict [label="no-dict ablation"];
  bestof16 -> bestof64 [label="N=64"];
  bestof64 -> bestof128 [label="N=128"];
  fair_stage1 -> beam_trie [label="beam"];
  cot_eph_aux -> deployed [label="deployed framing"];
  dpo_commit -> deployed [label="best deployed"];
}
